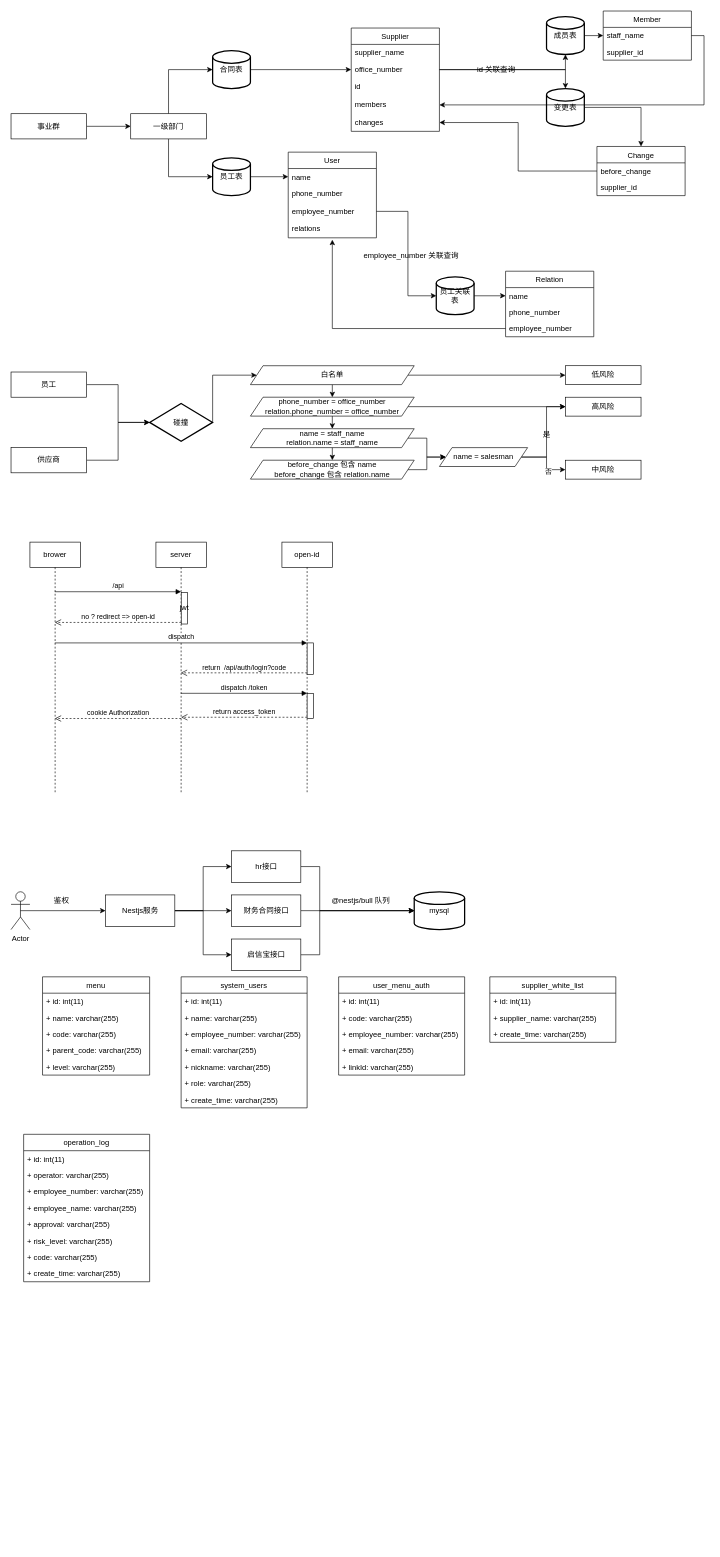
The draw.io diagram 未命名绘图.drawio in leefinder/blogs, before the edit. Source tidied: cells renumbered, new cells numbered last; positions are measured from the earlier drawing's top-left corner, leaving out a move shared by most shapes. Both pictures are drawn from the tidied source at 63%, with x=0, y=0 at pixel (11, 11).
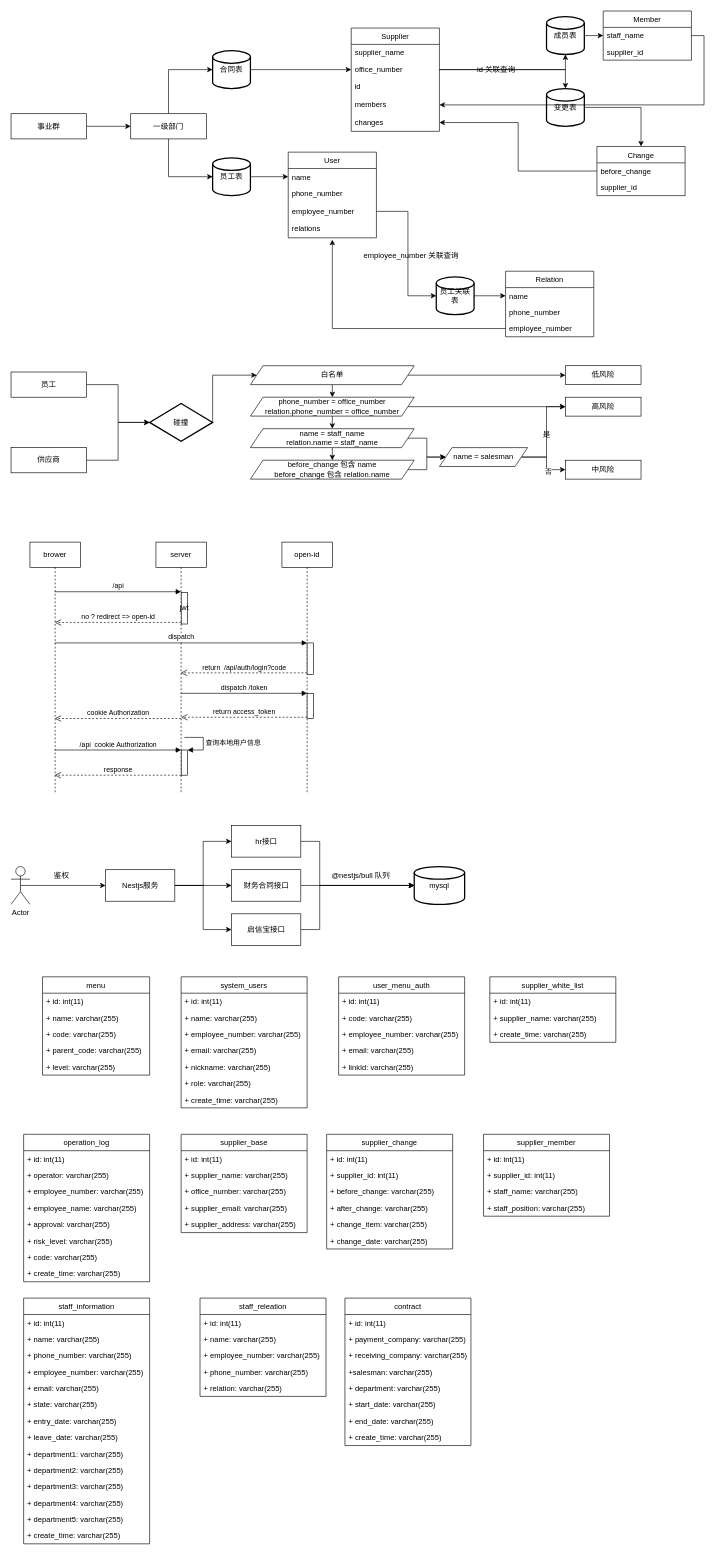
Above is the later version.

Commit message (it also covers changes not shown here):
更新未命名绘图.drawio

The change refers to these unchanged cells:
```xml
<mxCell id="72" value="server" style="shape=umlLifeline;perimeter=lifelinePerimeter;whiteSpace=wrap;html=1;outlineConnect=0;" parent="1" vertex="1">
  <mxGeometry x="230" y="843" width="80" height="400" as="geometry" />
</mxCell>
```

The edit, as a diff of the source:
```diff
@@
+    <mxCell id="132" style="html=1;points=[];perimeter=orthogonalPerimeter;" parent="72" vertex="1">
+      <mxGeometry x="40.2" y="330" width="10" height="40" as="geometry" />
+    </mxCell>
+    <mxCell id="133" value="查询本地用户信息" style="edgeStyle=orthogonalEdgeStyle;html=1;align=left;spacingLeft=2;endArrow=block;rounded=0;entryX=1;entryY=0;" parent="72" edge="1" target="132">
+      <mxGeometry relative="1" as="geometry">
+        <mxPoint x="45.2" y="310" as="sourcePoint" />
+        <Array as="points">
+          <mxPoint x="75.2" y="310" />
+        </Array>
+      </mxGeometry>
+    </mxCell>
@@
     <mxCell id="85" value="Actor" style="shape=umlActor;verticalLabelPosition=bottom;verticalAlign=top;html=1;" parent="1" vertex="1">
-      <mxGeometry y="1398" width="30" height="60" as="geometry" />
+      <mxGeometry y="1358" width="30" height="60" as="geometry" />
     </mxCell>
@@
     <mxCell id="89" value="Nestjs服务" style="html=1;" parent="1" vertex="1">
-      <mxGeometry x="150" y="1403" width="110" height="50" as="geometry" />
+      <mxGeometry x="150" y="1363" width="110" height="50" as="geometry" />
     </mxCell>
     <mxCell id="90" style="edgeStyle=orthogonalEdgeStyle;rounded=0;jettySize=auto;html=1;exitX=1;exitY=0.5;exitDx=0;exitDy=0;entryX=0;entryY=0.5;entryDx=0;entryDy=0;entryPerimeter=0;" parent="1" edge="1" source="91" target="96">
       <mxGeometry relative="1" as="geometry">
         <Array as="points">
-          <mxPoint x="490" y="1358" />
-          <mxPoint x="490" y="1428" />
+          <mxPoint x="490" y="1318" />
+          <mxPoint x="490" y="1388" />
         </Array>
       </mxGeometry>
     </mxCell>
     <mxCell id="91" value="hr接口" style="html=1;" parent="1" vertex="1">
-      <mxGeometry x="350" y="1333" width="110" height="50" as="geometry" />
+      <mxGeometry x="350" y="1293" width="110" height="50" as="geometry" />
     </mxCell>
@@
     <mxCell id="93" value="财务合同接口" style="html=1;" parent="1" vertex="1">
-      <mxGeometry x="350" y="1403" width="110" height="50" as="geometry" />
+      <mxGeometry x="350" y="1363" width="110" height="50" as="geometry" />
     </mxCell>
     <mxCell id="94" style="edgeStyle=orthogonalEdgeStyle;rounded=0;jettySize=auto;html=1;exitX=1;exitY=0.5;exitDx=0;exitDy=0;entryX=0;entryY=0.5;entryDx=0;entryDy=0;entryPerimeter=0;" parent="1" edge="1" source="95" target="96">
       <mxGeometry relative="1" as="geometry">
         <Array as="points">
-          <mxPoint x="490" y="1498" />
-          <mxPoint x="490" y="1428" />
+          <mxPoint x="490" y="1458" />
+          <mxPoint x="490" y="1388" />
         </Array>
       </mxGeometry>
     </mxCell>
     <mxCell id="95" value="启信宝接口" style="html=1;" parent="1" vertex="1">
-      <mxGeometry x="350" y="1473" width="110" height="50" as="geometry" />
+      <mxGeometry x="350" y="1433" width="110" height="50" as="geometry" />
     </mxCell>
     <mxCell id="96" value="mysql" style="strokeWidth=2;html=1;shape=mxgraph.flowchart.database;whiteSpace=wrap;" parent="1" vertex="1">
-      <mxGeometry x="640" y="1398" width="80" height="60" as="geometry" />
+      <mxGeometry x="640" y="1358" width="80" height="60" as="geometry" />
     </mxCell>
     <mxCell id="97" value="@nestjs/bull 队列" style="text;html=1;align=center;verticalAlign=middle;strokeColor=none;fillColor=none;" parent="1" vertex="1">
-      <mxGeometry x="500" y="1403" width="110" height="20" as="geometry" />
+      <mxGeometry x="500" y="1363" width="110" height="20" as="geometry" />
     </mxCell>
     <mxCell id="98" value="鉴权" style="text;html=1;align=center;verticalAlign=middle;strokeColor=none;fillColor=none;" parent="1" vertex="1">
-      <mxGeometry x="60" y="1403" width="40" height="20" as="geometry" />
+      <mxGeometry x="60" y="1363" width="40" height="20" as="geometry" />
     </mxCell>
@@
+    <mxCell id="134" value="supplier_base" style="swimlane;fontStyle=0;horizontal=1;startSize=26;fillColor=none;" parent="1" vertex="1">
+      <mxGeometry x="270" y="1783" width="200" height="156" as="geometry" />
+    </mxCell>
+    <mxCell id="135" value="+ id: int(11)" style="text;strokeColor=none;fillColor=none;align=left;verticalAlign=top;spacingLeft=4;spacingRight=4;overflow=hidden;" parent="134" vertex="1">
+      <mxGeometry y="26" width="200" height="26" as="geometry" />
+    </mxCell>
+    <mxCell id="136" value="+ supplier_name: varchar(255)" style="text;strokeColor=none;fillColor=none;align=left;verticalAlign=top;spacingLeft=4;spacingRight=4;overflow=hidden;" parent="134" vertex="1">
+      <mxGeometry y="52" width="200" height="26" as="geometry" />
+    </mxCell>
+    <mxCell id="137" value="+ office_number: varchar(255)" style="text;strokeColor=none;fillColor=none;align=left;verticalAlign=top;spacingLeft=4;spacingRight=4;overflow=hidden;" parent="134" vertex="1">
+      <mxGeometry y="78" width="200" height="26" as="geometry" />
+    </mxCell>
+    <mxCell id="138" value="+ supplier_email: varchar(255)" style="text;strokeColor=none;fillColor=none;align=left;verticalAlign=top;spacingLeft=4;spacingRight=4;overflow=hidden;" parent="134" vertex="1">
+      <mxGeometry y="104" width="200" height="26" as="geometry" />
+    </mxCell>
+    <mxCell id="139" value="+ supplier_address: varchar(255)" style="text;strokeColor=none;fillColor=none;align=left;verticalAlign=top;spacingLeft=4;spacingRight=4;overflow=hidden;" parent="134" vertex="1">
+      <mxGeometry y="130" width="200" height="26" as="geometry" />
+    </mxCell>
+    <mxCell id="140" value="supplier_change" style="swimlane;fontStyle=0;horizontal=1;startSize=26;fillColor=none;" parent="1" vertex="1">
+      <mxGeometry x="501" y="1783" width="200" height="182" as="geometry" />
+    </mxCell>
+    <mxCell id="141" value="+ id: int(11)" style="text;strokeColor=none;fillColor=none;align=left;verticalAlign=top;spacingLeft=4;spacingRight=4;overflow=hidden;" parent="140" vertex="1">
+      <mxGeometry y="26" width="200" height="26" as="geometry" />
+    </mxCell>
+    <mxCell id="142" value="+ supplier_id: int(11)" style="text;strokeColor=none;fillColor=none;align=left;verticalAlign=top;spacingLeft=4;spacingRight=4;overflow=hidden;" parent="140" vertex="1">
+      <mxGeometry y="52" width="200" height="26" as="geometry" />
+    </mxCell>
+    <mxCell id="143" value="+ before_change: varchar(255)" style="text;strokeColor=none;fillColor=none;align=left;verticalAlign=top;spacingLeft=4;spacingRight=4;overflow=hidden;" parent="140" vertex="1">
+      <mxGeometry y="78" width="200" height="26" as="geometry" />
+    </mxCell>
+    <mxCell id="144" value="+ after_change: varchar(255)" style="text;strokeColor=none;fillColor=none;align=left;verticalAlign=top;spacingLeft=4;spacingRight=4;overflow=hidden;" parent="140" vertex="1">
+      <mxGeometry y="104" width="200" height="26" as="geometry" />
+    </mxCell>
+    <mxCell id="145" value="+ change_item: varchar(255)" style="text;strokeColor=none;fillColor=none;align=left;verticalAlign=top;spacingLeft=4;spacingRight=4;overflow=hidden;" parent="140" vertex="1">
+      <mxGeometry y="130" width="200" height="26" as="geometry" />
+    </mxCell>
+    <mxCell id="146" value="+ change_date: varchar(255)" style="text;strokeColor=none;fillColor=none;align=left;verticalAlign=top;spacingLeft=4;spacingRight=4;overflow=hidden;" parent="140" vertex="1">
+      <mxGeometry y="156" width="200" height="26" as="geometry" />
+    </mxCell>
+    <mxCell id="147" value="supplier_member" style="swimlane;fontStyle=0;horizontal=1;startSize=26;fillColor=none;" parent="1" vertex="1">
+      <mxGeometry x="750" y="1783" width="200" height="130" as="geometry" />
+    </mxCell>
+    <mxCell id="148" value="+ id: int(11)" style="text;strokeColor=none;fillColor=none;align=left;verticalAlign=top;spacingLeft=4;spacingRight=4;overflow=hidden;" parent="147" vertex="1">
+      <mxGeometry y="26" width="200" height="26" as="geometry" />
+    </mxCell>
+    <mxCell id="149" value="+ supplier_id: int(11)" style="text;strokeColor=none;fillColor=none;align=left;verticalAlign=top;spacingLeft=4;spacingRight=4;overflow=hidden;" parent="147" vertex="1">
+      <mxGeometry y="52" width="200" height="26" as="geometry" />
+    </mxCell>
+    <mxCell id="150" value="+ staff_name: varchar(255)" style="text;strokeColor=none;fillColor=none;align=left;verticalAlign=top;spacingLeft=4;spacingRight=4;overflow=hidden;" parent="147" vertex="1">
+      <mxGeometry y="78" width="200" height="26" as="geometry" />
+    </mxCell>
+    <mxCell id="151" value="+ staff_position: varchar(255)" style="text;strokeColor=none;fillColor=none;align=left;verticalAlign=top;spacingLeft=4;spacingRight=4;overflow=hidden;" parent="147" vertex="1">
+      <mxGeometry y="104" width="200" height="26" as="geometry" />
+    </mxCell>
+    <mxCell id="152" value="staff_information" style="swimlane;fontStyle=0;horizontal=1;startSize=26;fillColor=none;" parent="1" vertex="1">
+      <mxGeometry x="20" y="2043" width="200" height="390" as="geometry" />
+    </mxCell>
+    <mxCell id="153" value="+ id: int(11)" style="text;strokeColor=none;fillColor=none;align=left;verticalAlign=top;spacingLeft=4;spacingRight=4;overflow=hidden;" parent="152" vertex="1">
+      <mxGeometry y="26" width="200" height="26" as="geometry" />
+    </mxCell>
+    <mxCell id="154" value="+ name: varchar(255)" style="text;strokeColor=none;fillColor=none;align=left;verticalAlign=top;spacingLeft=4;spacingRight=4;overflow=hidden;" parent="152" vertex="1">
+      <mxGeometry y="52" width="200" height="26" as="geometry" />
+    </mxCell>
+    <mxCell id="155" value="+ phone_number: varchar(255)" style="text;strokeColor=none;fillColor=none;align=left;verticalAlign=top;spacingLeft=4;spacingRight=4;overflow=hidden;" parent="152" vertex="1">
+      <mxGeometry y="78" width="200" height="26" as="geometry" />
+    </mxCell>
+    <mxCell id="156" value="+ employee_number: varchar(255)" style="text;strokeColor=none;fillColor=none;align=left;verticalAlign=top;spacingLeft=4;spacingRight=4;overflow=hidden;" parent="152" vertex="1">
+      <mxGeometry y="104" width="200" height="26" as="geometry" />
+    </mxCell>
+    <mxCell id="157" value="+ email: varchar(255)" style="text;strokeColor=none;fillColor=none;align=left;verticalAlign=top;spacingLeft=4;spacingRight=4;overflow=hidden;" parent="152" vertex="1">
+      <mxGeometry y="130" width="200" height="26" as="geometry" />
+    </mxCell>
+    <mxCell id="158" value="+ state: varchar(255)" style="text;strokeColor=none;fillColor=none;align=left;verticalAlign=top;spacingLeft=4;spacingRight=4;overflow=hidden;" parent="152" vertex="1">
+      <mxGeometry y="156" width="200" height="26" as="geometry" />
+    </mxCell>
+    <mxCell id="159" value="+ entry_date: varchar(255)" style="text;strokeColor=none;fillColor=none;align=left;verticalAlign=top;spacingLeft=4;spacingRight=4;overflow=hidden;" parent="152" vertex="1">
+      <mxGeometry y="182" width="200" height="26" as="geometry" />
+    </mxCell>
+    <mxCell id="160" value="+ leave_date: varchar(255)" style="text;strokeColor=none;fillColor=none;align=left;verticalAlign=top;spacingLeft=4;spacingRight=4;overflow=hidden;" parent="152" vertex="1">
+      <mxGeometry y="208" width="200" height="26" as="geometry" />
+    </mxCell>
+    <mxCell id="161" value="+ department1: varchar(255)" style="text;strokeColor=none;fillColor=none;align=left;verticalAlign=top;spacingLeft=4;spacingRight=4;overflow=hidden;" parent="152" vertex="1">
+      <mxGeometry y="234" width="200" height="26" as="geometry" />
+    </mxCell>
+    <mxCell id="162" value="+ department2: varchar(255)" style="text;strokeColor=none;fillColor=none;align=left;verticalAlign=top;spacingLeft=4;spacingRight=4;overflow=hidden;" parent="152" vertex="1">
+      <mxGeometry y="260" width="200" height="26" as="geometry" />
+    </mxCell>
+    <mxCell id="163" value="+ department3: varchar(255)" style="text;strokeColor=none;fillColor=none;align=left;verticalAlign=top;spacingLeft=4;spacingRight=4;overflow=hidden;" parent="152" vertex="1">
+      <mxGeometry y="286" width="200" height="26" as="geometry" />
+    </mxCell>
+    <mxCell id="164" value="+ department4: varchar(255)" style="text;strokeColor=none;fillColor=none;align=left;verticalAlign=top;spacingLeft=4;spacingRight=4;overflow=hidden;" parent="152" vertex="1">
+      <mxGeometry y="312" width="200" height="26" as="geometry" />
+    </mxCell>
+    <mxCell id="165" value="+ department5: varchar(255)" style="text;strokeColor=none;fillColor=none;align=left;verticalAlign=top;spacingLeft=4;spacingRight=4;overflow=hidden;" parent="152" vertex="1">
+      <mxGeometry y="338" width="200" height="26" as="geometry" />
+    </mxCell>
+    <mxCell id="166" value="+ create_time: varchar(255)" style="text;strokeColor=none;fillColor=none;align=left;verticalAlign=top;spacingLeft=4;spacingRight=4;overflow=hidden;" parent="152" vertex="1">
+      <mxGeometry y="364" width="200" height="26" as="geometry" />
+    </mxCell>
+    <mxCell id="167" value="staff_releation" style="swimlane;fontStyle=0;horizontal=1;startSize=26;fillColor=none;" parent="1" vertex="1">
+      <mxGeometry x="300" y="2043" width="200" height="156" as="geometry" />
+    </mxCell>
+    <mxCell id="168" value="+ id: int(11)" style="text;strokeColor=none;fillColor=none;align=left;verticalAlign=top;spacingLeft=4;spacingRight=4;overflow=hidden;" parent="167" vertex="1">
+      <mxGeometry y="26" width="200" height="26" as="geometry" />
+    </mxCell>
+    <mxCell id="169" value="+ name: varchar(255)" style="text;strokeColor=none;fillColor=none;align=left;verticalAlign=top;spacingLeft=4;spacingRight=4;overflow=hidden;" parent="167" vertex="1">
+      <mxGeometry y="52" width="200" height="26" as="geometry" />
+    </mxCell>
+    <mxCell id="170" value="+ employee_number: varchar(255)" style="text;strokeColor=none;fillColor=none;align=left;verticalAlign=top;spacingLeft=4;spacingRight=4;overflow=hidden;" parent="167" vertex="1">
+      <mxGeometry y="78" width="200" height="26" as="geometry" />
+    </mxCell>
+    <mxCell id="171" value="+ phone_number: varchar(255)" style="text;strokeColor=none;fillColor=none;align=left;verticalAlign=top;spacingLeft=4;spacingRight=4;overflow=hidden;" parent="167" vertex="1">
+      <mxGeometry y="104" width="200" height="26" as="geometry" />
+    </mxCell>
+    <mxCell id="172" value="+ relation: varchar(255)" style="text;strokeColor=none;fillColor=none;align=left;verticalAlign=top;spacingLeft=4;spacingRight=4;overflow=hidden;" parent="167" vertex="1">
+      <mxGeometry y="130" width="200" height="26" as="geometry" />
+    </mxCell>
+    <mxCell id="173" value="contract" style="swimlane;fontStyle=0;horizontal=1;startSize=26;fillColor=none;" parent="1" vertex="1">
+      <mxGeometry x="530" y="2043" width="200" height="234" as="geometry" />
+    </mxCell>
+    <mxCell id="174" value="+ id: int(11)" style="text;strokeColor=none;fillColor=none;align=left;verticalAlign=top;spacingLeft=4;spacingRight=4;overflow=hidden;" parent="173" vertex="1">
+      <mxGeometry y="26" width="200" height="26" as="geometry" />
+    </mxCell>
+    <mxCell id="175" value="+ payment_company: varchar(255)" style="text;strokeColor=none;fillColor=none;align=left;verticalAlign=top;spacingLeft=4;spacingRight=4;overflow=hidden;" parent="173" vertex="1">
+      <mxGeometry y="52" width="200" height="26" as="geometry" />
+    </mxCell>
+    <mxCell id="176" value="+ receiving_company: varchar(255)" style="text;strokeColor=none;fillColor=none;align=left;verticalAlign=top;spacingLeft=4;spacingRight=4;overflow=hidden;" parent="173" vertex="1">
+      <mxGeometry y="78" width="200" height="26" as="geometry" />
+    </mxCell>
+    <mxCell id="177" value="+salesman: varchar(255)" style="text;strokeColor=none;fillColor=none;align=left;verticalAlign=top;spacingLeft=4;spacingRight=4;overflow=hidden;" parent="173" vertex="1">
+      <mxGeometry y="104" width="200" height="26" as="geometry" />
+    </mxCell>
+    <mxCell id="178" value="+ department: varchar(255)" style="text;strokeColor=none;fillColor=none;align=left;verticalAlign=top;spacingLeft=4;spacingRight=4;overflow=hidden;" parent="173" vertex="1">
+      <mxGeometry y="130" width="200" height="26" as="geometry" />
+    </mxCell>
+    <mxCell id="179" value="+ start_date: varchar(255)" style="text;strokeColor=none;fillColor=none;align=left;verticalAlign=top;spacingLeft=4;spacingRight=4;overflow=hidden;" parent="173" vertex="1">
+      <mxGeometry y="156" width="200" height="26" as="geometry" />
+    </mxCell>
+    <mxCell id="180" value="+ end_date: varchar(255)" style="text;strokeColor=none;fillColor=none;align=left;verticalAlign=top;spacingLeft=4;spacingRight=4;overflow=hidden;" parent="173" vertex="1">
+      <mxGeometry y="182" width="200" height="26" as="geometry" />
+    </mxCell>
+    <mxCell id="181" value="+ create_time: varchar(255)" style="text;strokeColor=none;fillColor=none;align=left;verticalAlign=top;spacingLeft=4;spacingRight=4;overflow=hidden;" parent="173" vertex="1">
+      <mxGeometry y="208" width="200" height="26" as="geometry" />
+    </mxCell>
+    <mxCell id="182" value="/api&amp;nbsp; cookie Authorization" style="html=1;verticalAlign=bottom;endArrow=block;rounded=0;entryX=-0.025;entryY=-0.025;entryDx=0;entryDy=0;entryPerimeter=0;" parent="1" edge="1">
+      <mxGeometry relative="1" as="geometry">
+        <mxPoint x="69.5" y="1173" as="sourcePoint" />
+        <mxPoint x="270" y="1173" as="targetPoint" />
+      </mxGeometry>
+    </mxCell>
+    <mxCell id="183" value="response" style="html=1;verticalAlign=bottom;endArrow=open;dashed=1;endSize=8;exitX=0;exitY=0.95;rounded=0;" parent="1" edge="1">
+      <mxGeometry relative="1" as="geometry">
+        <mxPoint x="270" y="1213" as="sourcePoint" />
+        <mxPoint x="69.2" y="1213" as="targetPoint" />
+      </mxGeometry>
+    </mxCell>
```
